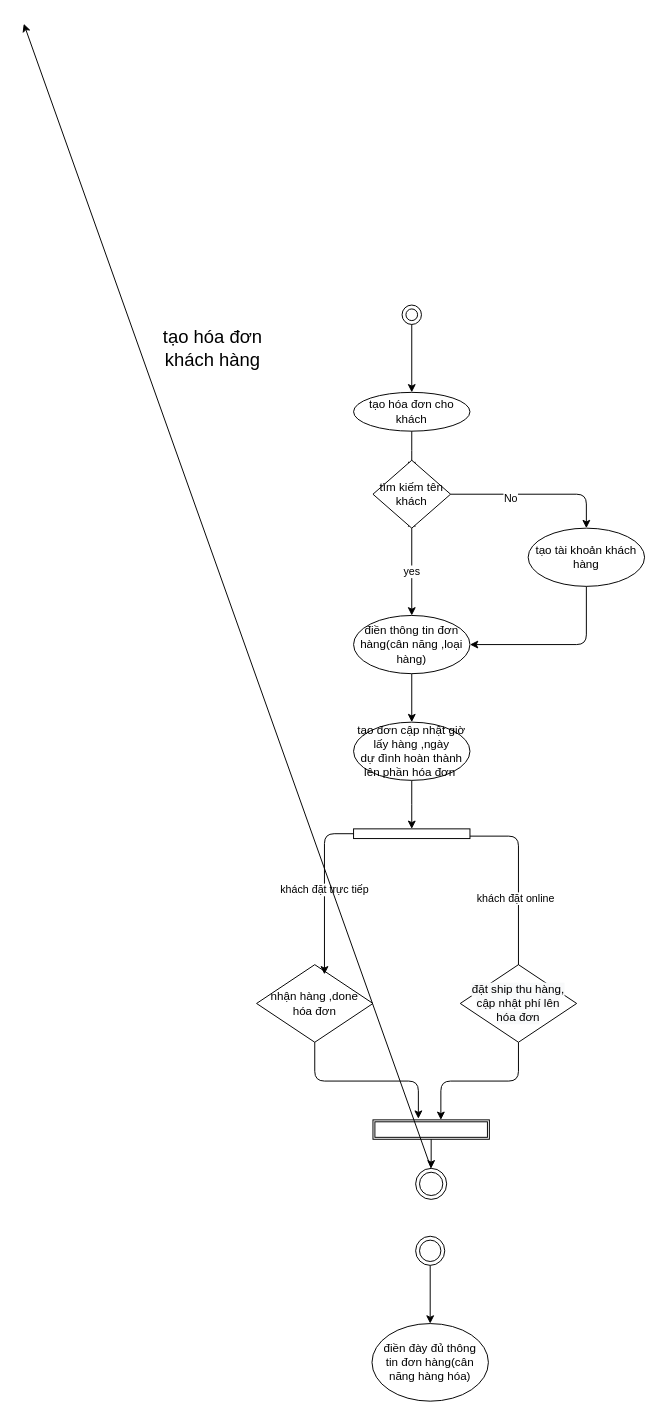
Earlier version of the draw.io diagram Untitled Diagram.drawio (chinh2509/chinh-2001). Source tidied: cells renumbered, new cells numbered last; positions are measured from the earlier drawing's top-left corner, leaving out a move shared by most shapes. Both pictures are drawn from the tidied source at 97%, with x=0, y=0 at pixel (23, 23).
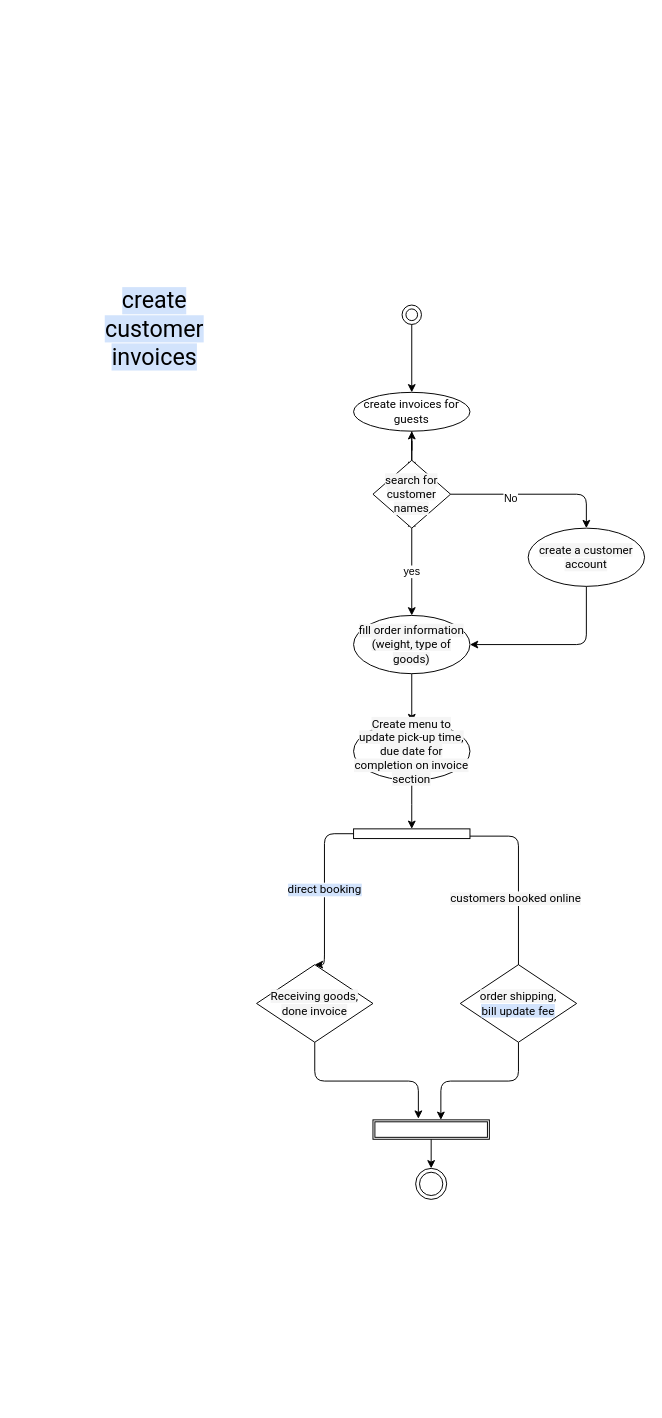
The same page after the edit.

Unchanged cells that the change refers to:
```xml
<mxCell id="19" style="rounded=0;whiteSpace=wrap;html=1;" parent="1" vertex="1">
  <mxGeometry x="340" y="830" width="120" height="10" as="geometry" />
</mxCell>
<mxCell id="21" style="edgeStyle=segmentEdgeStyle;endArrow=classic;html=1;exitX=1;exitY=0.75;exitDx=0;exitDy=0;entryX=0.5;entryY=0;entryDx=0;entryDy=0;" parent="1" edge="1" source="19">
  <mxGeometry relative="1" as="geometry">
    <mxPoint x="510" y="990" as="targetPoint" />
  </mxGeometry>
</mxCell>
<mxCell id="29" style="ellipse;shape=doubleEllipse;whiteSpace=wrap;html=1;" parent="1" vertex="1">
  <mxGeometry x="404" y="1180" width="32" height="32" as="geometry" />
</mxCell>
```

What changed in the source:
```diff
@@
-    <mxCell id="2" value="nhận hàng ,done hóa&amp;nbsp;đơn" style="rhombus;whiteSpace=wrap;html=1;" parent="1" vertex="1">
+    <mxCell id="2" value="&lt;span style=&quot;font-family: &amp;#34;roboto&amp;#34; , &amp;#34;robotodraft&amp;#34; , &amp;#34;helvetica&amp;#34; , &amp;#34;arial&amp;#34; , sans-serif ; background-color: rgb(245 , 245 , 245)&quot;&gt;&lt;font style=&quot;font-size: 12px&quot;&gt;Receiving goods, done invoice&lt;/font&gt;&lt;/span&gt;" style="rhombus;whiteSpace=wrap;html=1;" parent="1" vertex="1">
       <mxGeometry x="240" y="970" width="120" height="80" as="geometry" />
     </mxCell>
@@
-    <mxCell id="6" value="tạo hóa&amp;nbsp;đơn cho khách" style="ellipse;whiteSpace=wrap;html=1;" parent="1" vertex="1">
+    <mxCell id="6" value="&lt;font face=&quot;roboto, robotodraft, helvetica, arial, sans-serif&quot;&gt;create invoices for guests&lt;/font&gt;" style="ellipse;whiteSpace=wrap;html=1;" parent="1" vertex="1">
       <mxGeometry x="340" y="380" width="120" height="40" as="geometry" />
     </mxCell>
@@
+    <mxCell id="37" style="edgeStyle=orthogonalEdgeStyle;rounded=0;jettySize=auto;html=1;" parent="1" edge="1" source="10" target="6">
+      <mxGeometry relative="1" as="geometry" />
+    </mxCell>
-    <mxCell id="10" value="tìm kiếm tên khách" style="rhombus;whiteSpace=wrap;html=1;" parent="1" vertex="1">
+    <mxCell id="10" value="&lt;span style=&quot;font-family: &amp;#34;roboto&amp;#34; , &amp;#34;robotodraft&amp;#34; , &amp;#34;helvetica&amp;#34; , &amp;#34;arial&amp;#34; , sans-serif ; background-color: rgb(245 , 245 , 245)&quot;&gt;&lt;font style=&quot;font-size: 12px&quot;&gt;search for customer names&lt;/font&gt;&lt;/span&gt;" style="rhombus;whiteSpace=wrap;html=1;" parent="1" vertex="1">
       <mxGeometry x="360" y="450" width="80" height="70" as="geometry" />
     </mxCell>
@@
-    <mxCell id="14" value="điền thông tin&amp;nbsp;đơn hàng(cân năng ,loại hàng)" style="ellipse;whiteSpace=wrap;html=1;" parent="1" vertex="1">
+    <mxCell id="14" value="&lt;span style=&quot;font-family: &amp;#34;roboto&amp;#34; , &amp;#34;robotodraft&amp;#34; , &amp;#34;helvetica&amp;#34; , &amp;#34;arial&amp;#34; , sans-serif ; background-color: rgb(245 , 245 , 245)&quot;&gt;&lt;font style=&quot;font-size: 12px&quot;&gt;fill order information (weight, type of goods)&lt;/font&gt;&lt;/span&gt;" style="ellipse;whiteSpace=wrap;html=1;" parent="1" vertex="1">
       <mxGeometry x="340" y="610" width="120" height="60" as="geometry" />
     </mxCell>
@@
-    <mxCell id="16" value="tạo&amp;nbsp;đơn cập nhật giờ lấy hàng ,ngày dự&amp;nbsp;đình hoàn thành lên&amp;nbsp;phần hóa&amp;nbsp;đơn&amp;nbsp;" style="ellipse;whiteSpace=wrap;html=1;" parent="1" vertex="1">
+    <mxCell id="16" value="&lt;span style=&quot;font-family: &amp;#34;roboto&amp;#34; , &amp;#34;robotodraft&amp;#34; , &amp;#34;helvetica&amp;#34; , &amp;#34;arial&amp;#34; , sans-serif ; background-color: rgb(245 , 245 , 245)&quot;&gt;&lt;font style=&quot;font-size: 12px&quot;&gt;Create menu to update pick-up time, due date for completion on invoice section&lt;/font&gt;&lt;/span&gt;" style="ellipse;whiteSpace=wrap;html=1;" parent="1" vertex="1">
       <mxGeometry x="340" y="720" width="120" height="60" as="geometry" />
     </mxCell>
@@
-    <mxCell id="20" value="khách&amp;nbsp;đặt trực tiếp" style="edgeStyle=segmentEdgeStyle;endArrow=classic;html=1;exitX=0;exitY=0.5;exitDx=0;exitDy=0;" parent="1" edge="1" source="19">
+    <mxCell id="20" value="&lt;span style=&quot;font-family: &amp;#34;roboto&amp;#34; , &amp;#34;robotodraft&amp;#34; , &amp;#34;helvetica&amp;#34; , &amp;#34;arial&amp;#34; , sans-serif ; background-color: rgb(210 , 227 , 252)&quot;&gt;&lt;font style=&quot;font-size: 12px&quot;&gt;direct booking&lt;/font&gt;&lt;/span&gt;" style="edgeStyle=segmentEdgeStyle;endArrow=classic;html=1;exitX=0;exitY=0.5;exitDx=0;exitDy=0;entryX=0.5;entryY=0;entryDx=0;entryDy=0;" parent="1" edge="1" source="19" target="2">
       <mxGeometry relative="1" as="geometry">
-        <mxPoint x="310" y="980" as="targetPoint" />
+        <Array as="points">
+          <mxPoint x="310" y="835" />
+          <mxPoint x="310" y="970" />
+        </Array>
       </mxGeometry>
     </mxCell>
@@
-    <mxCell id="22" value="khách&amp;nbsp;đặt online" style="edgeLabel;html=1;align=center;verticalAlign=middle;" parent="21" vertex="1">
+    <mxCell id="22" value="&lt;span style=&quot;font-family: &amp;#34;roboto&amp;#34; , &amp;#34;robotodraft&amp;#34; , &amp;#34;helvetica&amp;#34; , &amp;#34;arial&amp;#34; , sans-serif ; background-color: rgb(245 , 245 , 245)&quot;&gt;&lt;font style=&quot;font-size: 12px&quot;&gt;customers booked online&lt;/font&gt;&lt;/span&gt;" style="edgeLabel;html=1;align=center;verticalAlign=middle;" parent="21" vertex="1">
       <mxGeometry x="0.13" y="-4" relative="1" as="geometry" />
     </mxCell>
-    <mxCell id="23" value="&#10;&#10;&lt;span style=&quot;color: rgb(0, 0, 0); font-family: helvetica; font-size: 12px; font-style: normal; font-weight: 400; letter-spacing: normal; text-align: center; text-indent: 0px; text-transform: none; word-spacing: 0px; background-color: rgb(248, 249, 250); display: inline; float: none;&quot;&gt;đặt ship thu hàng,&lt;/span&gt;&lt;br style=&quot;color: rgb(0, 0, 0); font-family: helvetica; font-size: 12px; font-style: normal; font-weight: 400; letter-spacing: normal; text-align: center; text-indent: 0px; text-transform: none; word-spacing: 0px; background-color: rgb(248, 249, 250);&quot;&gt;&lt;span style=&quot;color: rgb(0, 0, 0); font-family: helvetica; font-size: 12px; font-style: normal; font-weight: 400; letter-spacing: normal; text-align: center; text-indent: 0px; text-transform: none; word-spacing: 0px; background-color: rgb(248, 249, 250); display: inline; float: none;&quot;&gt;cập nhật phí lên hóa&amp;nbsp;đơn&lt;/span&gt;&#10;&#10;" style="rhombus;whiteSpace=wrap;html=1;" parent="1" vertex="1">
+    <mxCell id="23" value="&lt;font style=&quot;font-size: 12px&quot;&gt;&lt;span class=&quot;JLqJ4b ChMk0b&quot; style=&quot;cursor: pointer ; font-family: &amp;#34;roboto&amp;#34; , &amp;#34;robotodraft&amp;#34; , &amp;#34;helvetica&amp;#34; , &amp;#34;arial&amp;#34; , sans-serif ; background-color: rgb(245 , 245 , 245)&quot;&gt;&lt;span&gt;order shipping,&lt;/span&gt;&lt;/span&gt;&lt;span class=&quot;JLqJ4b&quot; style=&quot;font-family: &amp;#34;roboto&amp;#34; , &amp;#34;robotodraft&amp;#34; , &amp;#34;helvetica&amp;#34; , &amp;#34;arial&amp;#34; , sans-serif ; background-color: rgb(245 , 245 , 245)&quot;&gt;&lt;span&gt;&lt;br/&gt;&lt;/span&gt;&lt;/span&gt;&lt;span class=&quot;JLqJ4b ChMk0b&quot; style=&quot;cursor: pointer ; background-color: rgb(210 , 227 , 252) ; font-family: &amp;#34;roboto&amp;#34; , &amp;#34;robotodraft&amp;#34; , &amp;#34;helvetica&amp;#34; , &amp;#34;arial&amp;#34; , sans-serif&quot;&gt;&lt;span&gt;bill update fee&lt;/span&gt;&lt;/span&gt;&lt;/font&gt;" style="rhombus;whiteSpace=wrap;html=1;" parent="1" vertex="1">
       <mxGeometry x="450" y="970" width="120" height="80" as="geometry" />
     </mxCell>
@@
-    <mxCell id="28" style="endArrow=classic;html=1;exitX=0.5;exitY=0;exitDx=0;exitDy=0;" parent="1" edge="1" source="29">
-      <mxGeometry relative="1" as="geometry">
-        <mxPoint as="targetPoint" />
-      </mxGeometry>
-    </mxCell>
@@
-    <mxCell id="32" value="&lt;span&gt;tạo tài khoản khách hàng&lt;/span&gt;" style="ellipse;whiteSpace=wrap;html=1;" parent="1" vertex="1">
+    <mxCell id="32" value="&lt;span style=&quot;font-family: &amp;#34;roboto&amp;#34; , &amp;#34;robotodraft&amp;#34; , &amp;#34;helvetica&amp;#34; , &amp;#34;arial&amp;#34; , sans-serif ; background-color: rgb(245 , 245 , 245)&quot;&gt;&lt;font style=&quot;font-size: 12px&quot;&gt;create a customer account&lt;/font&gt;&lt;/span&gt;" style="ellipse;whiteSpace=wrap;html=1;" parent="1" vertex="1">
       <mxGeometry x="520" y="520" width="120" height="60" as="geometry" />
     </mxCell>
-    <mxCell id="33" value="&lt;font style=&quot;font-size: 19px&quot;&gt;tạo hóa&amp;nbsp;đơn khách hàng&lt;/font&gt;" style="text;html=1;strokeColor=none;fillColor=none;align=center;verticalAlign=middle;whiteSpace=wrap;rounded=0;" parent="1" vertex="1">
-      <mxGeometry x="120" y="280" width="150" height="110" as="geometry" />
+    <mxCell id="33" value="&lt;span style=&quot;font-family: &amp;#34;roboto&amp;#34; , &amp;#34;robotodraft&amp;#34; , &amp;#34;helvetica&amp;#34; , &amp;#34;arial&amp;#34; , sans-serif ; font-size: 24px ; background-color: rgb(210 , 227 , 252)&quot;&gt;create customer invoices&lt;/span&gt;" style="text;html=1;strokeColor=none;fillColor=none;align=center;verticalAlign=middle;whiteSpace=wrap;rounded=0;" parent="1" vertex="1">
+      <mxGeometry x="60" y="260" width="150" height="110" as="geometry" />
     </mxCell>
-    <mxCell id="34" style="edgeStyle=orthogonalEdgeStyle;rounded=0;jettySize=auto;html=1;exitX=0.5;exitY=1;exitDx=0;exitDy=0;" parent="1" edge="1" source="35" target="36">
-      <mxGeometry relative="1" as="geometry" />
-    </mxCell>
-    <mxCell id="35" style="ellipse;shape=doubleEllipse;whiteSpace=wrap;html=1;" parent="1" vertex="1">
-      <mxGeometry x="404" y="1250" width="30" height="30" as="geometry" />
-    </mxCell>
-    <mxCell id="36" value="điền&amp;nbsp;đày&amp;nbsp;đủ thông tin&amp;nbsp;đơn hàng(cân năng hàng hóa)" style="ellipse;whiteSpace=wrap;html=1;" parent="1" vertex="1">
-      <mxGeometry x="359" y="1340" width="120" height="80" as="geometry" />
-    </mxCell>
```
